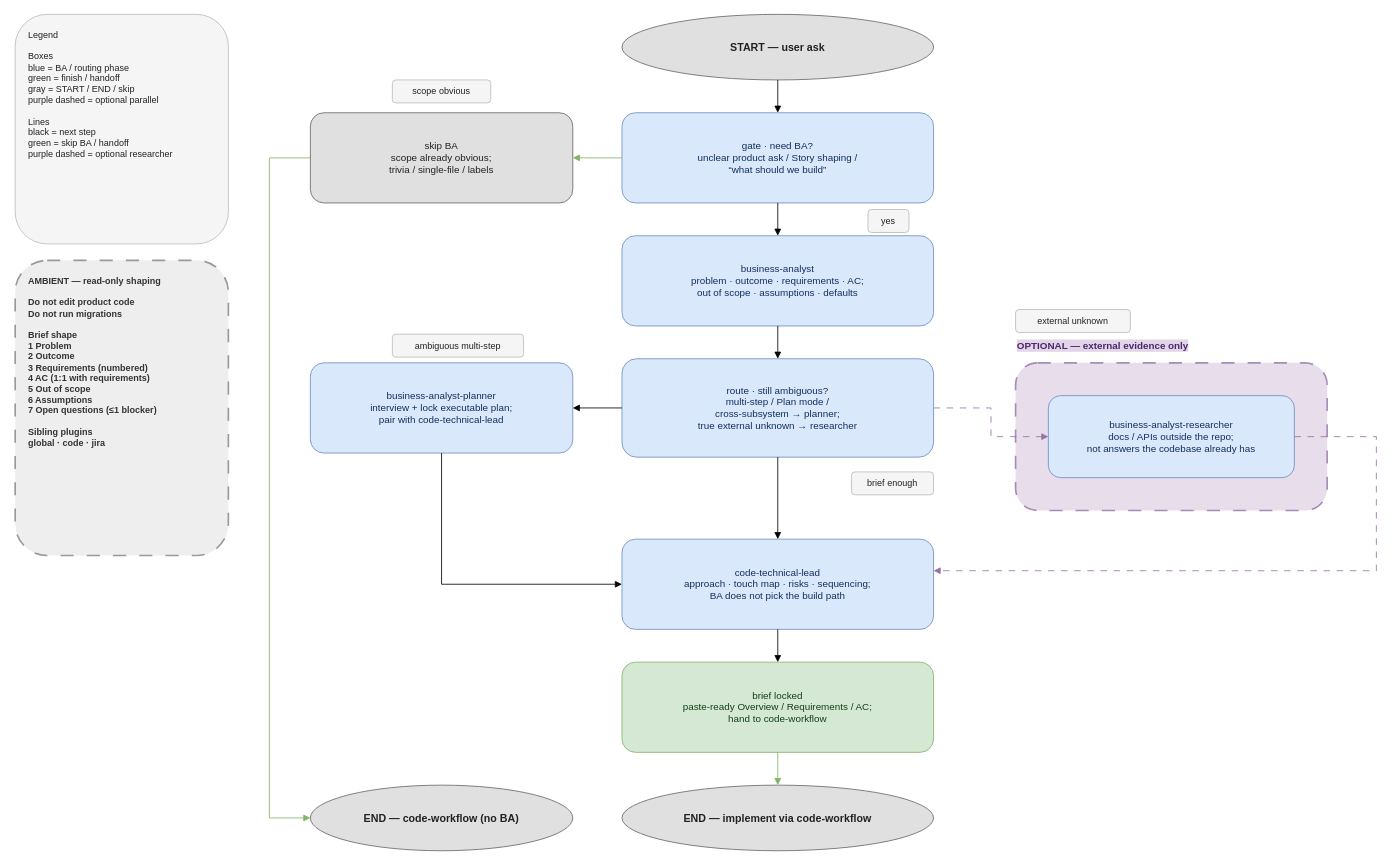
Above: plugins/business-analyst/docs/business-analyst-workflow.drawio in nodadyoushutup/marketplace (draw.io), before the change. Source tidied: cells renumbered, new cells numbered last; positions are measured from the earlier drawing's top-left corner, leaving out a move shared by most shapes. Both pictures are drawn from the tidied source at 82%, with x=0, y=0 at pixel (15, 14).
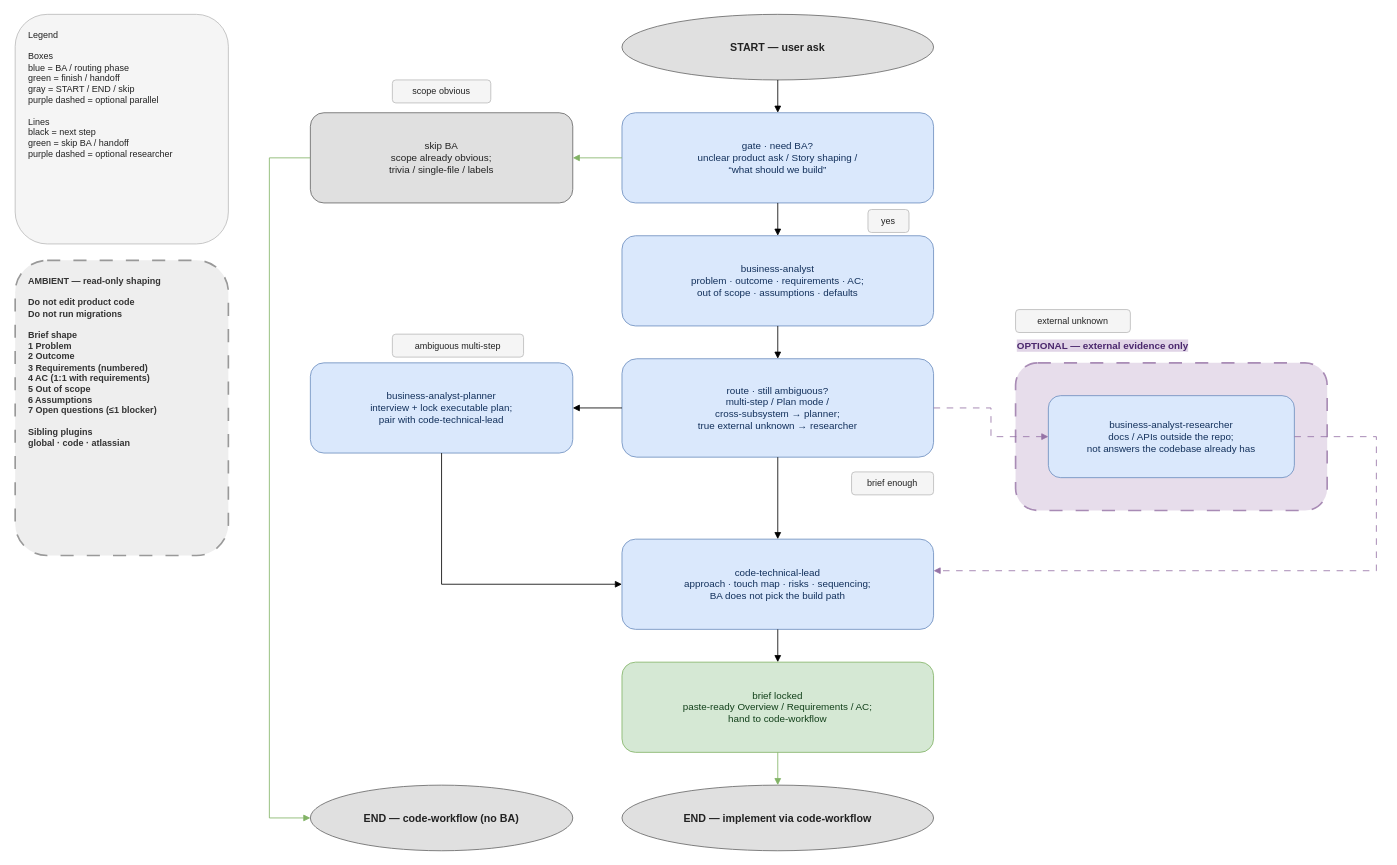
The same diagram, later.

The edit, as a diff of the source:
```diff
@@
-    <mxCell id="3" value="AMBIENT — read-only shaping&#10;&#10;Do not edit product code&#10;Do not run migrations&#10;&#10;Brief shape&#10;1 Problem&#10;2 Outcome&#10;3 Requirements (numbered)&#10;4 AC (1:1 with requirements)&#10;5 Out of scope&#10;6 Assumptions&#10;7 Open questions (≤1 blocker)&#10;&#10;Sibling plugins&#10;global · code · jira" style="rounded=1;whiteSpace=wrap;html=1;dashed=1;dashPattern=8 8;align=left;verticalAlign=top;spacingLeft=14;spacingRight=14;spacingTop=12;spacingBottom=12;fontSize=11;fontStyle=1;fillColor=#eeeeee;strokeColor=#999999;strokeWidth=2;fontColor=#333333;" parent="1" vertex="1">
+    <mxCell id="3" value="AMBIENT — read-only shaping&#10;&#10;Do not edit product code&#10;Do not run migrations&#10;&#10;Brief shape&#10;1 Problem&#10;2 Outcome&#10;3 Requirements (numbered)&#10;4 AC (1:1 with requirements)&#10;5 Out of scope&#10;6 Assumptions&#10;7 Open questions (≤1 blocker)&#10;&#10;Sibling plugins&#10;global · code · atlassian" style="rounded=1;whiteSpace=wrap;html=1;dashed=1;dashPattern=8 8;align=left;verticalAlign=top;spacingLeft=14;spacingRight=14;spacingTop=12;spacingBottom=12;fontSize=11;fontStyle=1;fillColor=#eeeeee;strokeColor=#999999;strokeWidth=2;fontColor=#333333;" parent="1" vertex="1">
       <mxGeometry y="300" width="260" height="360" as="geometry" />
     </mxCell>
```
